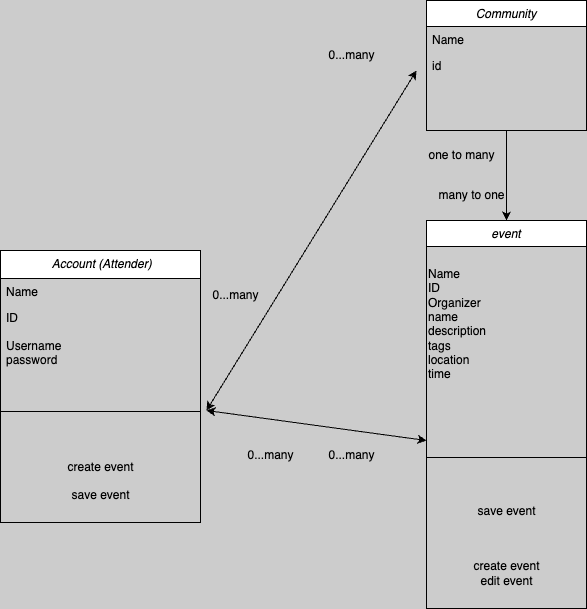
Before: images/domain_model.drawio.png, a diagram exported from draw.io (calvin-cs262-fall2024-thefunteam/Project). Source tidied: cells renumbered, new cells last; positions are measured from the earlier drawing's top-left corner, leaving out a move shared by most shapes.
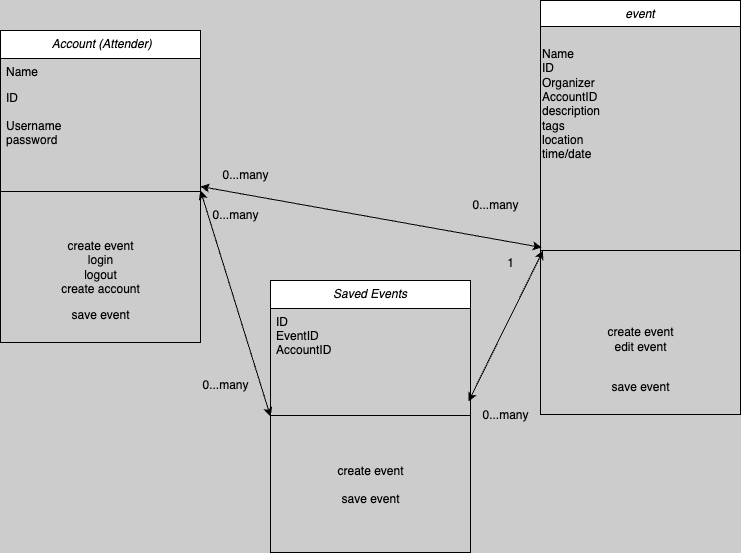
After the change.

Diff of the diagram source:
```diff
@@ -3,7 +3,7 @@
     <mxCell id="0" />
     <mxCell id="1" parent="0" />
     <mxCell id="2" value=" Account (Attender)" style="swimlane;fontStyle=2;align=center;verticalAlign=top;horizontal=1;startSize=28;rounded=0;shadow=0;strokeWidth=1;" parent="1" vertex="1">
-      <mxGeometry y="250" width="200" height="272" as="geometry" />
+      <mxGeometry x="-114" y="10" width="200" height="312" as="geometry" />
     </mxCell>
     <mxCell id="3" value="Name" style="text;align=left;verticalAlign=top;spacingLeft=4;spacingRight=4;overflow=hidden;" parent="2" vertex="1">
       <mxGeometry y="28" width="200" height="26" as="geometry" />
@@ -11,71 +11,73 @@
     <mxCell id="4" value="ID&#10;&#10;Username &#10;password&#10;" style="text;align=left;verticalAlign=top;spacingLeft=4;spacingRight=4;overflow=hidden;rounded=0;shadow=0;html=0;" parent="2" vertex="1">
       <mxGeometry y="54" width="200" height="66" as="geometry" />
     </mxCell>
+    <mxCell id="25" style="endArrow=classic;startArrow=classic;html=1;rounded=0;exitX=0;exitY=0.5;exitDx=0;exitDy=0;" parent="2" edge="1" source="26">
+      <mxGeometry relative="1" as="geometry">
+        <mxPoint x="200" y="160" as="targetPoint" />
+      </mxGeometry>
+    </mxCell>
     <mxCell id="5" style="line;html=1;strokeWidth=1;align=left;verticalAlign=middle;spacingTop=-1;spacingLeft=3;spacingRight=3;labelPosition=right;" parent="2" vertex="1">
       <mxGeometry y="120" width="200" height="82" as="geometry" />
     </mxCell>
-    <mxCell id="6" value="create event" style="text;html=1;align=center;verticalAlign=middle;strokeColor=none;fillColor=none;" parent="2" vertex="1">
-      <mxGeometry y="202" width="200" height="30" as="geometry" />
+    <mxCell id="6" value="create event&lt;div&gt;login&lt;/div&gt;&lt;div&gt;logout&lt;/div&gt;&lt;div&gt;create account&lt;/div&gt;" style="text;html=1;align=center;verticalAlign=middle;strokeColor=none;fillColor=none;" parent="2" vertex="1">
+      <mxGeometry y="202" width="200" height="70" as="geometry" />
     </mxCell>
     <mxCell id="7" value="save event&lt;div&gt;&lt;br&gt;&lt;/div&gt;" style="text;html=1;align=center;verticalAlign=middle;strokeColor=none;fillColor=none;" parent="2" vertex="1">
-      <mxGeometry y="232" width="200" height="40" as="geometry" />
+      <mxGeometry y="272" width="200" height="40" as="geometry" />
     </mxCell>
     <mxCell id="8" value="event" style="swimlane;fontStyle=2;align=center;verticalAlign=top;horizontal=1;startSize=26;rounded=0;shadow=0;strokeWidth=1;" parent="1" vertex="1">
-      <mxGeometry x="426" y="220" width="160" height="388" as="geometry" />
+      <mxGeometry x="426" y="-20" width="200" height="414" as="geometry" />
     </mxCell>
-    <mxCell id="9" value="&lt;div&gt;&lt;br&gt;&lt;/div&gt;&lt;div&gt;Name&lt;/div&gt;&lt;div&gt;ID&lt;/div&gt;&lt;div&gt;Organizer&lt;/div&gt;&lt;div&gt;name&lt;/div&gt;description&lt;div&gt;tags&lt;/div&gt;&lt;div&gt;location&lt;/div&gt;&lt;div&gt;time&lt;/div&gt;&lt;div&gt;&lt;br&gt;&lt;/div&gt;&lt;div&gt;&lt;br&gt;&lt;/div&gt;" style="text;html=1;align=left;verticalAlign=middle;strokeColor=none;fillColor=none;" parent="8" vertex="1">
-      <mxGeometry y="26" width="160" height="170" as="geometry" />
+    <mxCell id="9" value="&lt;div&gt;&lt;br&gt;&lt;/div&gt;&lt;div&gt;Name&lt;/div&gt;&lt;div&gt;ID&lt;/div&gt;&lt;div&gt;Organizer&lt;/div&gt;&lt;div&gt;AccountID&lt;/div&gt;&lt;div&gt;&lt;span style=&quot;background-color: initial;&quot;&gt;description&lt;/span&gt;&lt;/div&gt;&lt;div&gt;tags&lt;/div&gt;&lt;div&gt;location&lt;/div&gt;&lt;div&gt;time/date&lt;/div&gt;&lt;div&gt;&lt;br&gt;&lt;/div&gt;&lt;div&gt;&lt;br&gt;&lt;/div&gt;" style="text;html=1;align=left;verticalAlign=middle;strokeColor=none;fillColor=none;" parent="8" vertex="1">
+      <mxGeometry y="26" width="200" height="170" as="geometry" />
     </mxCell>
     <mxCell id="10" style="line;html=1;strokeWidth=1;align=left;verticalAlign=middle;spacingTop=-1;spacingLeft=3;spacingRight=3;labelPosition=right;points=[];portConstraint=eastwest;" parent="8" vertex="1">
-      <mxGeometry y="196" width="160" height="82" as="geometry" />
+      <mxGeometry y="196" width="200" height="108" as="geometry" />
     </mxCell>
+    <mxCell id="12" value="&lt;br&gt;create event&lt;br&gt;edit event&lt;div&gt;&lt;br&gt;&lt;/div&gt;" style="text;html=1;align=center;verticalAlign=middle;strokeColor=none;fillColor=none;" parent="8" vertex="1">
+      <mxGeometry y="304" width="200" height="70" as="geometry" />
+    </mxCell>
     <mxCell id="11" value="save event&lt;div&gt;&lt;br&gt;&lt;/div&gt;" style="text;html=1;align=center;verticalAlign=middle;strokeColor=none;fillColor=none;" parent="8" vertex="1">
-      <mxGeometry y="278" width="160" height="40" as="geometry" />
+      <mxGeometry y="374" width="200" height="40" as="geometry" />
     </mxCell>
-    <mxCell id="12" value="&lt;br&gt;create event&lt;br&gt;edit event&lt;div&gt;&lt;br&gt;&lt;/div&gt;" style="text;html=1;align=center;verticalAlign=middle;strokeColor=none;fillColor=none;" parent="8" vertex="1">
-      <mxGeometry y="318" width="160" height="70" as="geometry" />
-    </mxCell>
-    <mxCell id="13" style="edgeStyle=orthogonalEdgeStyle;rounded=0;jettySize=auto;html=1;exitX=0.5;exitY=1;exitDx=0;exitDy=0;entryX=0.5;entryY=0;entryDx=0;entryDy=0;" parent="1" edge="1" source="14" target="8">
-      <mxGeometry relative="1" as="geometry" />
-    </mxCell>
-    <mxCell id="14" value="Community" style="swimlane;fontStyle=2;align=center;verticalAlign=top;horizontal=1;startSize=26;rounded=0;shadow=0;strokeWidth=1;" parent="1" vertex="1">
-      <mxGeometry x="426" width="160" height="130" as="geometry" />
-    </mxCell>
-    <mxCell id="15" value="Name" style="text;align=left;verticalAlign=top;spacingLeft=4;spacingRight=4;overflow=hidden;" parent="14" vertex="1">
-      <mxGeometry y="26" width="160" height="26" as="geometry" />
-    </mxCell>
-    <mxCell id="16" value="id" style="text;align=left;verticalAlign=top;spacingLeft=4;spacingRight=4;overflow=hidden;rounded=0;shadow=0;html=0;" parent="14" vertex="1">
-      <mxGeometry y="52" width="160" height="26" as="geometry" />
-    </mxCell>
     <mxCell id="17" value="0...many" style="text;html=1;align=center;verticalAlign=middle;strokeColor=none;fillColor=none;" parent="1" vertex="1">
-      <mxGeometry x="316" y="440" width="70" height="30" as="geometry" />
+      <mxGeometry x="346" y="170" width="70" height="30" as="geometry" />
     </mxCell>
-    <mxCell id="18" value="0...many" style="text;html=1;align=center;verticalAlign=middle;strokeColor=none;fillColor=none;" parent="1" vertex="1">
-      <mxGeometry x="200" y="280" width="70" height="30" as="geometry" />
-    </mxCell>
-    <mxCell id="19" value="one to many" style="text;html=1;align=center;verticalAlign=middle;strokeColor=none;fillColor=none;" parent="1" vertex="1">
-      <mxGeometry x="416" y="140" width="90" height="30" as="geometry" />
-    </mxCell>
-    <mxCell id="20" style="endArrow=classic;startArrow=classic;html=1;rounded=0;" parent="1" edge="1">
-      <mxGeometry relative="1" as="geometry">
-        <mxPoint x="416" y="70" as="sourcePoint" />
-        <mxPoint x="206" y="410" as="targetPoint" />
-      </mxGeometry>
-    </mxCell>
-    <mxCell id="21" style="endArrow=classic;startArrow=classic;html=1;rounded=0;" parent="1" edge="1">
-      <mxGeometry relative="1" as="geometry">
-        <mxPoint x="206" y="410" as="sourcePoint" />
-        <mxPoint x="426" y="440" as="targetPoint" />
-      </mxGeometry>
+    <mxCell id="21" style="endArrow=classic;startArrow=classic;html=1;rounded=0;entryX=0.006;entryY=0.472;entryDx=0;entryDy=0;entryPerimeter=0;exitX=1;exitY=0.5;exitDx=0;exitDy=0;" parent="1" edge="1" source="2" target="10">
+      <mxGeometry relative="1" as="geometry" />
     </mxCell>
-    <mxCell id="22" value="0...many" style="text;html=1;align=center;verticalAlign=middle;strokeColor=none;fillColor=none;" parent="1" vertex="1">
-      <mxGeometry x="316" y="40" width="70" height="30" as="geometry" />
-    </mxCell>
     <mxCell id="23" value="0...many" style="text;html=1;align=center;verticalAlign=middle;strokeColor=none;fillColor=none;" parent="1" vertex="1">
-      <mxGeometry x="235" y="440" width="70" height="30" as="geometry" />
+      <mxGeometry x="96" y="140" width="70" height="30" as="geometry" />
     </mxCell>
-    <mxCell id="24" value="many to one" style="text;html=1;align=center;verticalAlign=middle;strokeColor=none;fillColor=none;" parent="1" vertex="1">
-      <mxGeometry x="426" y="180" width="90" height="30" as="geometry" />
-    </mxCell>
+    <mxCell id="26" value="Saved Events" style="swimlane;fontStyle=2;align=center;verticalAlign=top;horizontal=1;startSize=28;rounded=0;shadow=0;strokeWidth=1;" parent="1" vertex="1">
+      <mxGeometry x="156" y="260" width="200" height="272" as="geometry" />
+    </mxCell>
+    <mxCell id="27" value="ID&#10;EventID&#10;AccountID" style="text;align=left;verticalAlign=top;spacingLeft=4;spacingRight=4;overflow=hidden;rounded=0;shadow=0;html=0;" parent="26" vertex="1">
+      <mxGeometry y="28" width="200" height="66" as="geometry" />
+    </mxCell>
+    <mxCell id="28" style="line;html=1;strokeWidth=1;align=left;verticalAlign=middle;spacingTop=-1;spacingLeft=3;spacingRight=3;labelPosition=right;" parent="26" vertex="1">
+      <mxGeometry y="94" width="200" height="82" as="geometry" />
+    </mxCell>
+    <mxCell id="29" value="create event" style="text;html=1;align=center;verticalAlign=middle;strokeColor=none;fillColor=none;" parent="26" vertex="1">
+      <mxGeometry y="176" width="200" height="30" as="geometry" />
+    </mxCell>
+    <mxCell id="30" value="save event&lt;div&gt;&lt;br&gt;&lt;/div&gt;" style="text;html=1;align=center;verticalAlign=middle;strokeColor=none;fillColor=none;" parent="26" vertex="1">
+      <mxGeometry y="206" width="200" height="40" as="geometry" />
+    </mxCell>
+    <mxCell id="31" style="endArrow=classic;startArrow=classic;html=1;rounded=0;entryX=0.013;entryY=0.5;entryDx=0;entryDy=0;entryPerimeter=0;exitX=-0.029;exitY=0.033;exitDx=0;exitDy=0;exitPerimeter=0;" parent="1" edge="1" source="33" target="10">
+      <mxGeometry relative="1" as="geometry" />
+    </mxCell>
+    <mxCell id="32" value="1" style="text;html=1;align=center;verticalAlign=middle;strokeColor=none;fillColor=none;" parent="1" vertex="1">
+      <mxGeometry x="381" y="228" width="30" height="30" as="geometry" />
+    </mxCell>
+    <mxCell id="33" value="0...many" style="text;html=1;align=center;verticalAlign=middle;points=[];strokeColor=none;fillColor=none;" parent="1" vertex="1">
+      <mxGeometry x="356" y="380" width="70" height="30" as="geometry" />
+    </mxCell>
+    <mxCell id="34" value="0...many" style="text;html=1;align=center;verticalAlign=middle;strokeColor=none;fillColor=none;" parent="1" vertex="1">
+      <mxGeometry x="86" y="180" width="70" height="30" as="geometry" />
+    </mxCell>
+    <mxCell id="35" value="0...many" style="text;html=1;align=center;verticalAlign=middle;strokeColor=none;fillColor=none;" parent="1" vertex="1">
+      <mxGeometry x="76" y="350" width="70" height="30" as="geometry" />
+    </mxCell>
   </root>
 </mxGraphModel>
```
